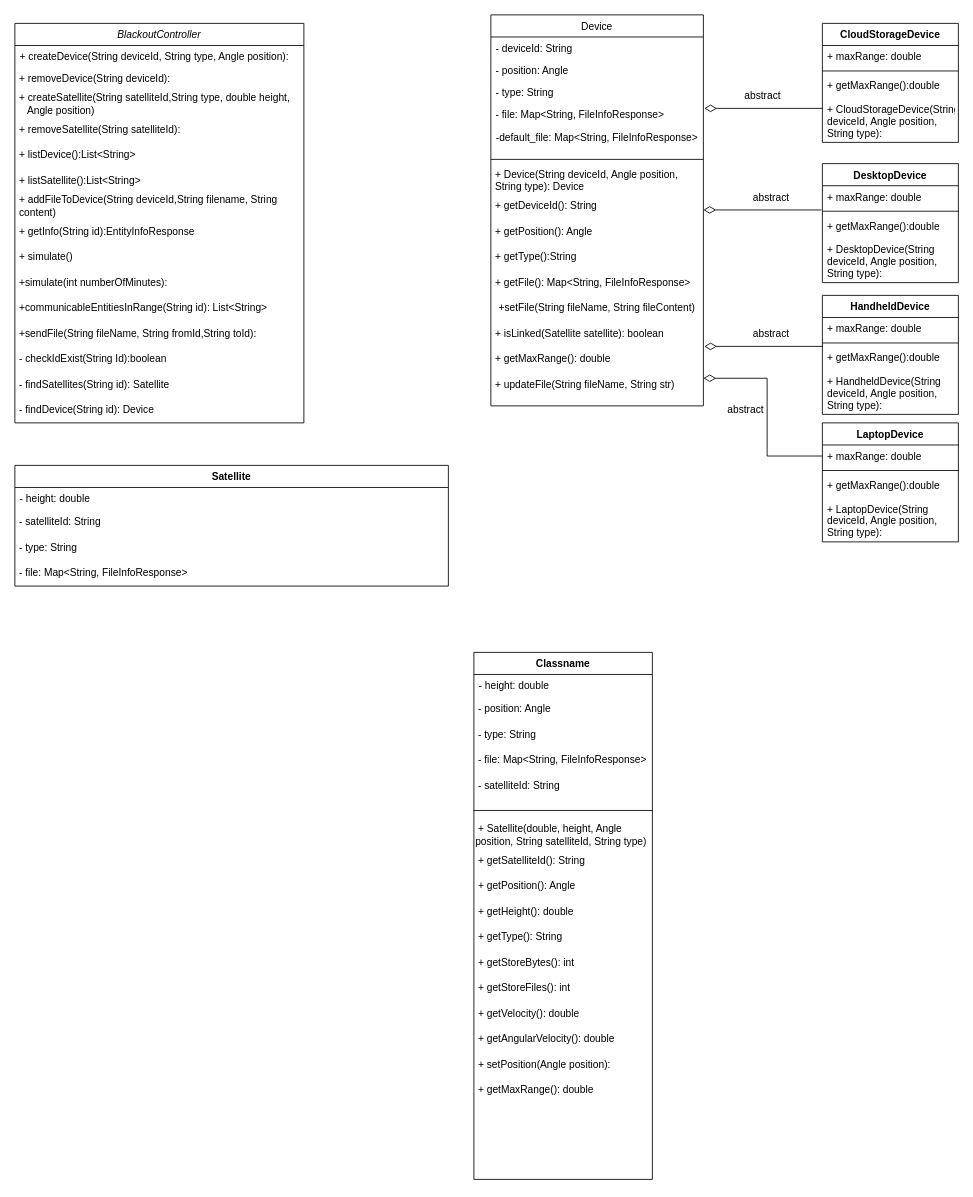
Above: Untitled Diagram.drawio in BegSimonIner/comp2511 (draw.io), before the change. Source tidied: cells renumbered, new cells numbered last; positions are measured from the earlier drawing's top-left corner, leaving out a move shared by most shapes. Both pictures are drawn from the tidied source at 85%, with x=0, y=0 at pixel (14, 14).
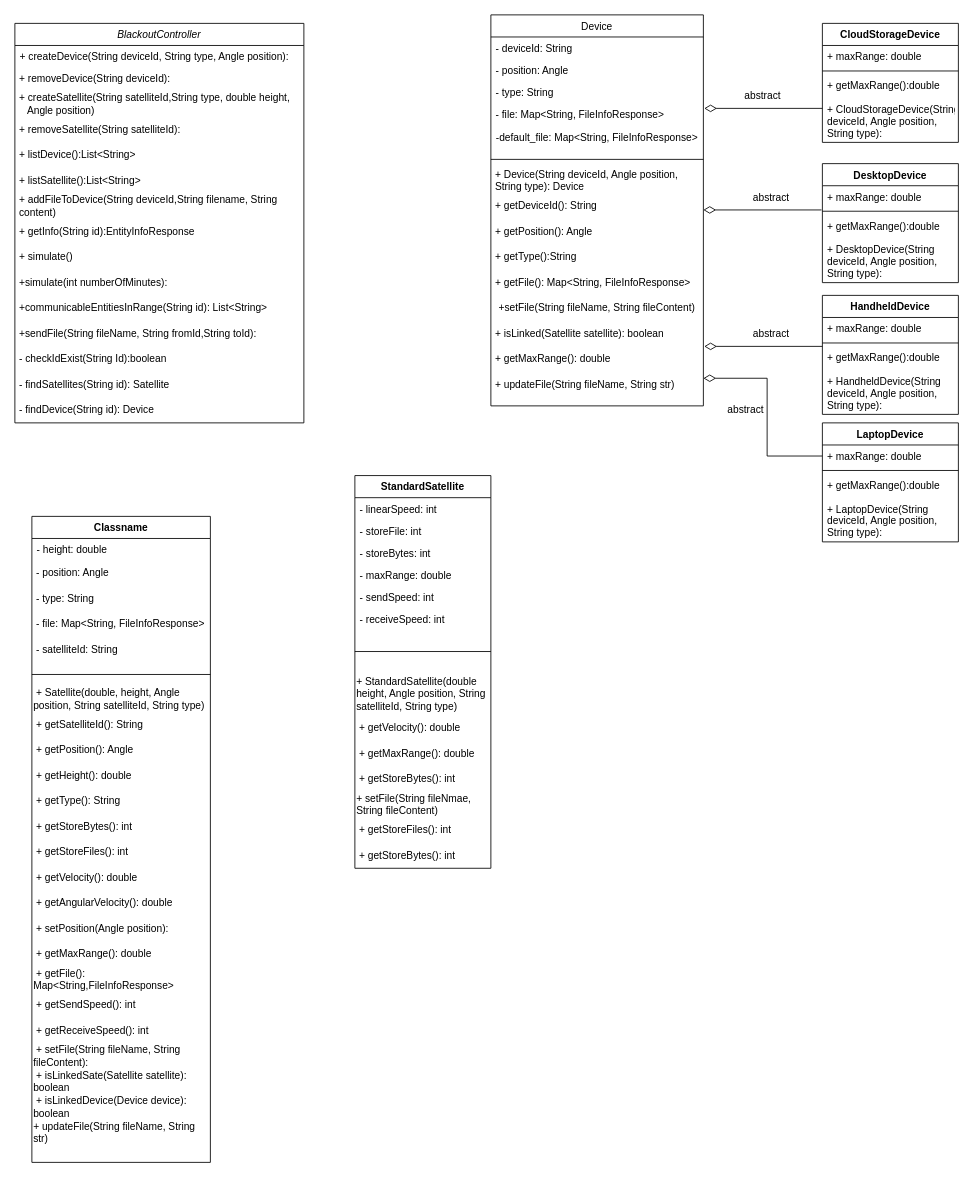
After the change.

What changed in the source:
```diff
@@
-    <mxCell id="58" value="Satellite" style="swimlane;fontStyle=1;align=center;verticalAlign=top;horizontal=1;startSize=26;" parent="1" vertex="1">
-      <mxGeometry y="530" width="510" height="142" as="geometry" />
-    </mxCell>
-    <mxCell id="59" value="- height: double" style="text;strokeColor=none;fillColor=none;align=left;verticalAlign=top;spacingLeft=4;spacingRight=4;overflow=hidden;" parent="58" vertex="1">
-      <mxGeometry y="26" width="510" height="26" as="geometry" />
-    </mxCell>
-    <mxCell id="60" value="&amp;nbsp;- satelliteId: String" style="text;html=1;strokeColor=none;fillColor=none;align=left;verticalAlign=middle;whiteSpace=wrap;rounded=0;" parent="58" vertex="1">
-      <mxGeometry y="52" width="510" height="30" as="geometry" />
-    </mxCell>
-    <mxCell id="61" value="&amp;nbsp;- type: String" style="text;html=1;strokeColor=none;fillColor=none;align=left;verticalAlign=middle;whiteSpace=wrap;rounded=0;" parent="58" vertex="1">
-      <mxGeometry y="82" width="510" height="30" as="geometry" />
-    </mxCell>
-    <mxCell id="62" value="&amp;nbsp;- file: Map&amp;lt;String, FileInfoResponse&amp;gt;" style="text;html=1;strokeColor=none;fillColor=none;align=left;verticalAlign=middle;whiteSpace=wrap;rounded=0;" parent="58" vertex="1">
-      <mxGeometry y="112" width="510" height="30" as="geometry" />
-    </mxCell>
     <mxCell id="63" value="Classname" style="swimlane;fontStyle=1;align=center;verticalAlign=top;horizontal=1;startSize=26;" parent="1" vertex="1">
-      <mxGeometry x="540" y="750" width="210" height="620" as="geometry" />
+      <mxGeometry x="20" y="590" width="210" height="760" as="geometry" />
     </mxCell>
@@
+    <mxCell id="82" value="&amp;nbsp;+ getFile(): Map&amp;lt;String,FileInfoResponse&amp;gt;" style="text;html=1;strokeColor=none;fillColor=none;align=left;verticalAlign=middle;whiteSpace=wrap;rounded=0;" parent="63" vertex="1">
+      <mxGeometry y="530" width="210" height="30" as="geometry" />
+    </mxCell>
+    <mxCell id="83" value="&amp;nbsp;+ getSendSpeed(): int" style="text;html=1;strokeColor=none;fillColor=none;align=left;verticalAlign=middle;whiteSpace=wrap;rounded=0;" parent="63" vertex="1">
+      <mxGeometry y="560" width="210" height="30" as="geometry" />
+    </mxCell>
+    <mxCell id="84" value="&amp;nbsp;+ getReceiveSpeed(): int" style="text;html=1;strokeColor=none;fillColor=none;align=left;verticalAlign=middle;whiteSpace=wrap;rounded=0;" parent="63" vertex="1">
+      <mxGeometry y="590" width="210" height="30" as="geometry" />
+    </mxCell>
+    <mxCell id="85" value="&amp;nbsp;+ setFile(String fileName, String fileContent):" style="text;html=1;strokeColor=none;fillColor=none;align=left;verticalAlign=middle;whiteSpace=wrap;rounded=0;" parent="63" vertex="1">
+      <mxGeometry y="620" width="210" height="30" as="geometry" />
+    </mxCell>
+    <mxCell id="86" value="&amp;nbsp;+ isLinkedSate(Satellite satellite): boolean" style="text;html=1;strokeColor=none;fillColor=none;align=left;verticalAlign=middle;whiteSpace=wrap;rounded=0;" parent="63" vertex="1">
+      <mxGeometry y="650" width="210" height="30" as="geometry" />
+    </mxCell>
+    <mxCell id="87" value="&amp;nbsp;+ isLinkedDevice(Device device): boolean" style="text;html=1;strokeColor=none;fillColor=none;align=left;verticalAlign=middle;whiteSpace=wrap;rounded=0;" parent="63" vertex="1">
+      <mxGeometry y="680" width="210" height="30" as="geometry" />
+    </mxCell>
+    <mxCell id="88" value="+ updateFile(String fileName, String str)" style="text;html=1;strokeColor=none;fillColor=none;align=left;verticalAlign=middle;whiteSpace=wrap;rounded=0;" parent="63" vertex="1">
+      <mxGeometry y="710" width="210" height="30" as="geometry" />
+    </mxCell>
     <mxCell id="81" value="&#10;&#10;&#10;" style="text;strokeColor=none;fillColor=none;align=left;verticalAlign=top;spacingLeft=4;spacingRight=4;overflow=hidden;" parent="63" vertex="1">
-      <mxGeometry y="530" width="210" height="90" as="geometry" />
+      <mxGeometry y="740" width="210" height="20" as="geometry" />
     </mxCell>
+    <mxCell id="89" value="StandardSatellite" style="swimlane;fontStyle=1;align=center;verticalAlign=top;horizontal=1;startSize=26;" parent="1" vertex="1">
+      <mxGeometry x="400" y="542" width="160" height="462" as="geometry" />
+    </mxCell>
+    <mxCell id="90" value="- linearSpeed: int" style="text;strokeColor=none;fillColor=none;align=left;verticalAlign=top;spacingLeft=4;spacingRight=4;overflow=hidden;" parent="89" vertex="1">
+      <mxGeometry y="26" width="160" height="26" as="geometry" />
+    </mxCell>
+    <mxCell id="91" value="- storeFile: int" style="text;strokeColor=none;fillColor=none;align=left;verticalAlign=top;spacingLeft=4;spacingRight=4;overflow=hidden;" parent="89" vertex="1">
+      <mxGeometry y="52" width="160" height="26" as="geometry" />
+    </mxCell>
+    <mxCell id="92" value="- storeBytes: int" style="text;strokeColor=none;fillColor=none;align=left;verticalAlign=top;spacingLeft=4;spacingRight=4;overflow=hidden;" parent="89" vertex="1">
+      <mxGeometry y="78" width="160" height="26" as="geometry" />
+    </mxCell>
+    <mxCell id="93" value="- maxRange: double" style="text;strokeColor=none;fillColor=none;align=left;verticalAlign=top;spacingLeft=4;spacingRight=4;overflow=hidden;" parent="89" vertex="1">
+      <mxGeometry y="104" width="160" height="26" as="geometry" />
+    </mxCell>
+    <mxCell id="94" value="- sendSpeed: int" style="text;strokeColor=none;fillColor=none;align=left;verticalAlign=top;spacingLeft=4;spacingRight=4;overflow=hidden;" parent="89" vertex="1">
+      <mxGeometry y="130" width="160" height="26" as="geometry" />
+    </mxCell>
+    <mxCell id="95" value="- receiveSpeed: int" style="text;strokeColor=none;fillColor=none;align=left;verticalAlign=top;spacingLeft=4;spacingRight=4;overflow=hidden;" parent="89" vertex="1">
+      <mxGeometry y="156" width="160" height="26" as="geometry" />
+    </mxCell>
+    <mxCell id="96" style="line;strokeWidth=1;fillColor=none;align=left;verticalAlign=middle;spacingTop=-1;spacingLeft=3;spacingRight=3;labelPosition=right;" parent="89" vertex="1">
+      <mxGeometry y="182" width="160" height="50" as="geometry" />
+    </mxCell>
+    <mxCell id="97" value="+ StandardSatellite(double height, Angle position, String satelliteId, String type)" style="text;html=1;strokeColor=none;fillColor=none;align=left;verticalAlign=middle;whiteSpace=wrap;rounded=0;" parent="89" vertex="1">
+      <mxGeometry y="232" width="160" height="50" as="geometry" />
+    </mxCell>
+    <mxCell id="98" value="&amp;nbsp;+ getVelocity(): double" style="text;html=1;strokeColor=none;fillColor=none;align=left;verticalAlign=middle;whiteSpace=wrap;rounded=0;" parent="89" vertex="1">
+      <mxGeometry y="282" width="160" height="30" as="geometry" />
+    </mxCell>
+    <mxCell id="99" value="&amp;nbsp;+ getMaxRange(): double" style="text;html=1;strokeColor=none;fillColor=none;align=left;verticalAlign=middle;whiteSpace=wrap;rounded=0;" parent="89" vertex="1">
+      <mxGeometry y="312" width="160" height="30" as="geometry" />
+    </mxCell>
+    <mxCell id="100" value="&amp;nbsp;+ getStoreBytes(): int" style="text;html=1;strokeColor=none;fillColor=none;align=left;verticalAlign=middle;whiteSpace=wrap;rounded=0;" parent="89" vertex="1">
+      <mxGeometry y="342" width="160" height="30" as="geometry" />
+    </mxCell>
+    <mxCell id="101" value="+ setFile(String fileNmae, String fileContent)" style="text;html=1;strokeColor=none;fillColor=none;align=left;verticalAlign=middle;whiteSpace=wrap;rounded=0;" parent="89" vertex="1">
+      <mxGeometry y="372" width="160" height="30" as="geometry" />
+    </mxCell>
+    <mxCell id="102" value="&amp;nbsp;+ getStoreFiles(): int" style="text;html=1;strokeColor=none;fillColor=none;align=left;verticalAlign=middle;whiteSpace=wrap;rounded=0;" parent="89" vertex="1">
+      <mxGeometry y="402" width="160" height="30" as="geometry" />
+    </mxCell>
+    <mxCell id="103" value="&amp;nbsp;+ getStoreBytes(): int" style="text;html=1;strokeColor=none;fillColor=none;align=left;verticalAlign=middle;whiteSpace=wrap;rounded=0;" parent="89" vertex="1">
+      <mxGeometry y="432" width="160" height="30" as="geometry" />
+    </mxCell>
```
